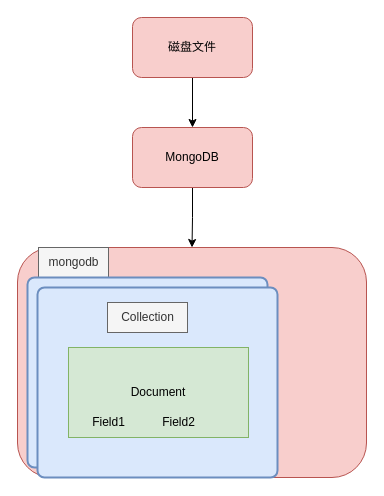
Earlier version of the draw.io diagram img/mongo架构.drawio (15615639083/15615639083.github.io). Source tidied: cells renumbered, new cells numbered last; positions are measured from the earlier drawing's top-left corner, leaving out a move shared by most shapes. Both pictures are drawn from the tidied source at 100%, with x=0, y=0 at pixel (17, 17).
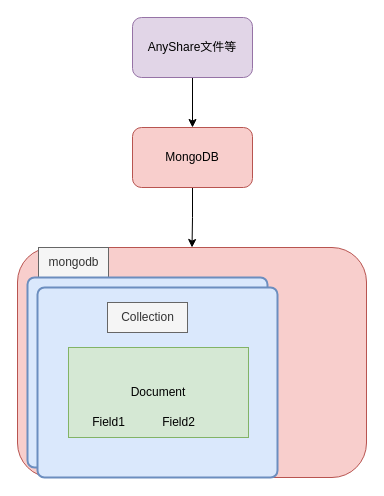
The same page after the edit.

The edit, as a diff of the source:
```diff
@@
 <mxGraphModel>
   <root>
     <mxCell id="0" />
     <mxCell id="1" parent="0" />
     <mxCell id="2" style="edgeStyle=orthogonalEdgeStyle;rounded=0;jettySize=auto;html=1;" parent="1" edge="1" source="3" target="5">
       <mxGeometry relative="1" as="geometry" />
     </mxCell>
-    <mxCell id="3" value="磁盘文件" style="rounded=1;whiteSpace=wrap;html=1;fillColor=#f8cecc;strokeColor=#b85450;" parent="1" vertex="1">
+    <mxCell id="3" value="AnyShare文件等" style="rounded=1;whiteSpace=wrap;html=1;fillColor=#e1d5e7;strokeColor=#9673a6;" parent="1" vertex="1">
       <mxGeometry x="115" width="120" height="60" as="geometry" />
     </mxCell>
     <mxCell id="4" style="edgeStyle=orthogonalEdgeStyle;rounded=0;jettySize=auto;html=1;" parent="1" edge="1" source="5" target="6">
       <mxGeometry relative="1" as="geometry" />
     </mxCell>
     <mxCell id="5" value="MongoDB" style="whiteSpace=wrap;html=1;fillColor=#f8cecc;strokeColor=#b85450;rounded=1;direction=west;" parent="1" vertex="1">
       <mxGeometry x="115" y="110" width="120" height="60" as="geometry" />
     </mxCell>
     <mxCell id="6" style="whiteSpace=wrap;html=1;fillColor=#f8cecc;strokeColor=#b85450;rounded=1;direction=west;" parent="1" vertex="1">
       <mxGeometry y="230" width="349" height="230" as="geometry" />
     </mxCell>
     <mxCell id="7" value="mongodb" style="text;html=1;align=center;verticalAlign=middle;strokeColor=#666666;fillColor=#f5f5f5;fontColor=#333333;" parent="1" vertex="1">
       <mxGeometry x="21" y="230" width="70" height="30" as="geometry" />
     </mxCell>
     <mxCell id="8" style="rounded=1;whiteSpace=wrap;html=1;absoluteArcSize=1;arcSize=14;strokeWidth=2;fillColor=#dae8fc;strokeColor=#6c8ebf;" parent="1" vertex="1">
       <mxGeometry x="10" y="260" width="240" height="190" as="geometry" />
     </mxCell>
     <mxCell id="9" style="rounded=1;whiteSpace=wrap;html=1;absoluteArcSize=1;arcSize=14;strokeWidth=2;fillColor=#dae8fc;strokeColor=#6c8ebf;" parent="1" vertex="1">
       <mxGeometry x="20" y="270" width="240" height="190" as="geometry" />
     </mxCell>
     <mxCell id="10" value="Collection" style="text;html=1;align=center;verticalAlign=middle;strokeColor=#666666;fillColor=#f5f5f5;fontColor=#333333;" parent="1" vertex="1">
       <mxGeometry x="90" y="285" width="80" height="30" as="geometry" />
     </mxCell>
     <mxCell id="11" value="Document" style="rounded=0;whiteSpace=wrap;html=1;fillColor=#d5e8d4;strokeColor=#82b366;" parent="1" vertex="1">
       <mxGeometry x="51" y="330" width="180" height="90" as="geometry" />
     </mxCell>
     <mxCell id="12" value="Field1" style="text;html=1;align=center;verticalAlign=middle;strokeColor=none;fillColor=none;" parent="1" vertex="1">
       <mxGeometry x="61" y="390" width="60" height="30" as="geometry" />
     </mxCell>
     <mxCell id="13" value="Field2" style="text;html=1;align=center;verticalAlign=middle;strokeColor=none;fillColor=none;" parent="1" vertex="1">
       <mxGeometry x="131" y="390" width="60" height="30" as="geometry" />
     </mxCell>
   </root>
 </mxGraphModel>
```
